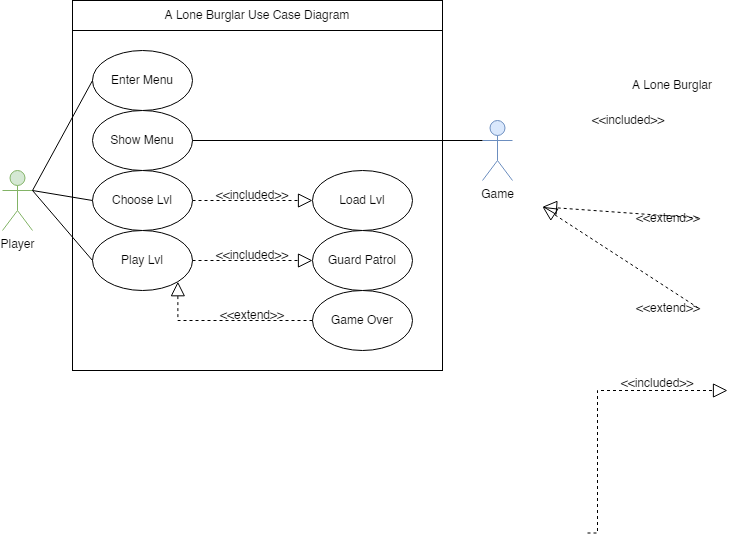
Earlier version of the draw.io export use case diagram.png (johannfac/A-Lone-Burglar). Source tidied: cells renumbered, new cells last; positions are measured from the earlier drawing's top-left corner, leaving out a move shared by most shapes.
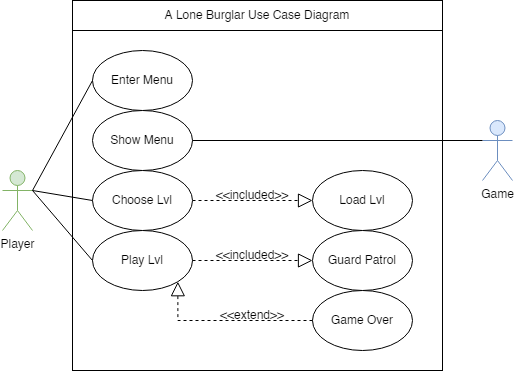
After the commit.

Change to the diagram source:
```diff
@@ -5,53 +5,15 @@
     <mxCell id="2" style="rounded=0;whiteSpace=wrap;html=1;" parent="1" vertex="1">
       <mxGeometry x="70" y="30" width="370" height="340" as="geometry" />
     </mxCell>
-    <mxCell id="3" value="A Lone Burglar" style="text;html=1;strokeColor=none;fillColor=none;align=center;verticalAlign=middle;whiteSpace=wrap;rounded=0;" parent="1" vertex="1">
-      <mxGeometry x="625" y="70" width="90" height="30" as="geometry" />
-    </mxCell>
     <mxCell id="4" value="Player" style="shape=umlActor;verticalLabelPosition=bottom;verticalAlign=top;html=1;outlineConnect=0;fillColor=#d5e8d4;strokeColor=#82b366;" parent="1" vertex="1">
       <mxGeometry y="170" width="30" height="60" as="geometry" />
     </mxCell>
-    <mxCell id="5" style="endArrow=block;dashed=1;endFill=0;endSize=12;html=1;rounded=0;exitX=1;exitY=0.5;exitDx=0;exitDy=0;entryX=0;entryY=0.5;entryDx=0;entryDy=0;startArrow=none;edgeStyle=orthogonalEdgeStyle;" parent="1" edge="1">
-      <mxGeometry relative="1" as="geometry">
-        <mxPoint x="585" y="532.5" as="sourcePoint" />
-        <mxPoint x="725" y="390" as="targetPoint" />
-        <Array as="points">
-          <mxPoint x="595" y="412.5" />
-          <mxPoint x="595" y="390.5" />
-          <mxPoint x="695" y="390.5" />
-        </Array>
-      </mxGeometry>
-    </mxCell>
-    <mxCell id="6" style="endArrow=block;dashed=1;endFill=0;endSize=12;html=1;rounded=0;exitX=0;exitY=0.5;exitDx=0;exitDy=0;entryX=1;entryY=1;entryDx=0;entryDy=0;startArrow=none;" parent="1" edge="1">
-      <mxGeometry relative="1" as="geometry">
-        <mxPoint x="695.8" y="217.5" as="sourcePoint" />
-        <mxPoint x="540" y="206.3" as="targetPoint" />
-      </mxGeometry>
-    </mxCell>
     <mxCell id="7" value="Game" style="shape=umlActor;verticalLabelPosition=bottom;verticalAlign=top;html=1;outlineConnect=0;fillColor=#dae8fc;strokeColor=#6c8ebf;" parent="1" vertex="1">
       <mxGeometry x="480" y="120" width="30" height="60" as="geometry" />
     </mxCell>
-    <mxCell id="8" value="&amp;lt;&amp;lt;extend&amp;gt;&amp;gt;" style="text;html=1;strokeColor=none;fillColor=none;align=center;verticalAlign=middle;whiteSpace=wrap;rounded=0;" parent="1" vertex="1">
-      <mxGeometry x="635.8" y="210" width="60" height="15" as="geometry" />
-    </mxCell>
     <mxCell id="9" value="Load Lvl" style="ellipse;whiteSpace=wrap;html=1;" parent="1" vertex="1">
       <mxGeometry x="310" y="170" width="100" height="60" as="geometry" />
     </mxCell>
-    <mxCell id="10" style="endArrow=block;dashed=1;endFill=0;endSize=12;html=1;rounded=0;exitX=0;exitY=0.5;exitDx=0;exitDy=0;entryX=1;entryY=1;entryDx=0;entryDy=0;startArrow=none;" parent="1" edge="1">
-      <mxGeometry relative="1" as="geometry">
-        <mxPoint x="695.8" y="307.5" as="sourcePoint" />
-        <mxPoint x="540" y="206.3" as="targetPoint" />
-      </mxGeometry>
-    </mxCell>
-    <mxCell id="11" value="&amp;lt;&amp;lt;extend&amp;gt;&amp;gt;" style="text;html=1;strokeColor=none;fillColor=none;align=center;verticalAlign=middle;whiteSpace=wrap;rounded=0;" parent="1" vertex="1">
-      <mxGeometry x="635.8" y="292.5" width="60" height="30" as="geometry" />
-    </mxCell>
-    <mxCell id="12" value="&amp;lt;&amp;lt;included&amp;gt;&amp;gt;" style="text;html=1;strokeColor=none;fillColor=none;align=center;verticalAlign=middle;whiteSpace=wrap;rounded=0;" parent="1" vertex="1">
-      <mxGeometry x="625" y="372.5" width="60" height="20" as="geometry" />
-    </mxCell>
-    <mxCell id="13" value="&amp;lt;&amp;lt;included&amp;gt;&amp;gt;" style="text;html=1;strokeColor=none;fillColor=none;align=center;verticalAlign=middle;whiteSpace=wrap;rounded=0;" parent="1" vertex="1">
-      <mxGeometry x="595.8" y="110" width="60" height="20" as="geometry" />
-    </mxCell>
     <mxCell id="14" value="Enter Menu" style="ellipse;whiteSpace=wrap;html=1;" parent="1" vertex="1">
       <mxGeometry x="90" y="50" width="100" height="60" as="geometry" />
     </mxCell>
```
